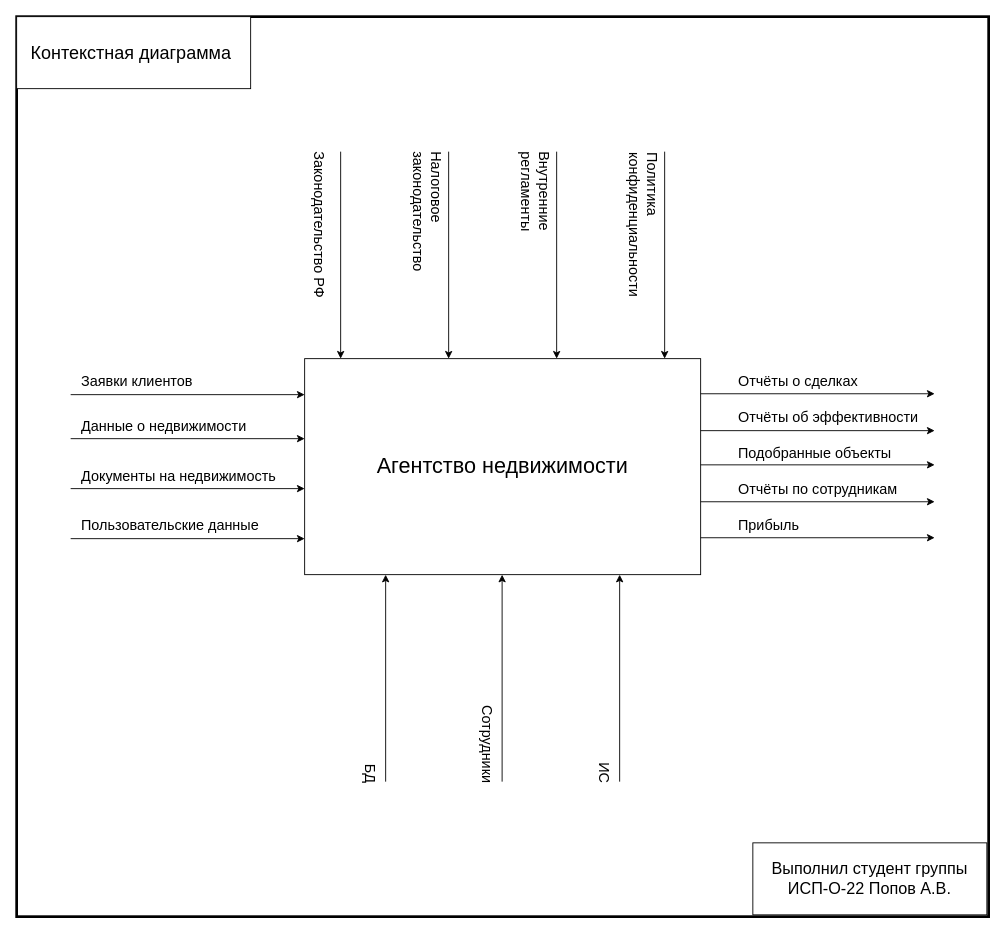
Above: page "контекстная диаграмма" (3 of 6) of media/Диаграммы - Попов А.В..drawio in ColdenI/Diploma-IS-food-production (draw.io), before the change. Source tidied: cells renumbered, new cells numbered last; positions are measured from the earlier drawing's top-left corner, leaving out a move shared by most shapes. Both pictures are drawn from the tidied source at 90%, with x=0, y=0 at pixel (16, 16).
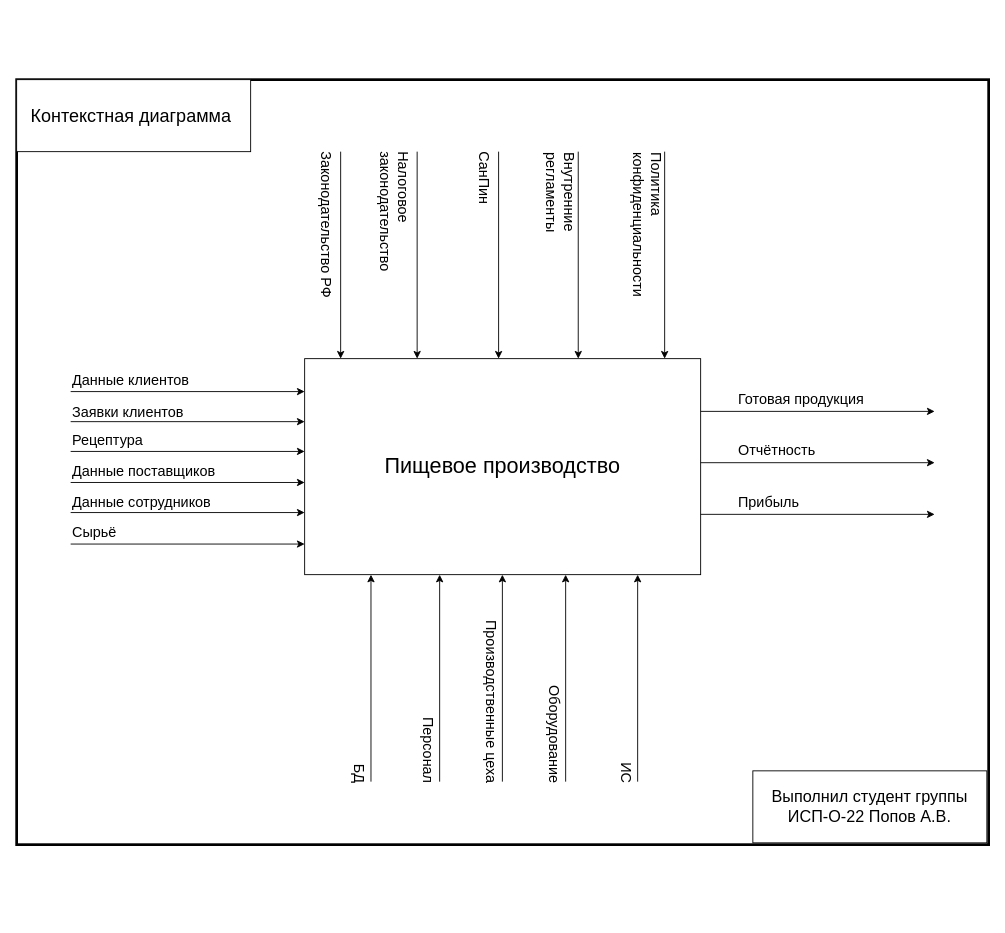
After the change.

The edit, as a diff of the source:
```diff
@@
     <mxCell id="2" style="rounded=0;whiteSpace=wrap;html=1;labelBackgroundColor=none;strokeWidth=3;fillColor=none;" parent="1" vertex="1">
-      <mxGeometry width="1080" height="1000" as="geometry" />
+      <mxGeometry y="70" width="1080" height="850" as="geometry" />
     </mxCell>
-    <mxCell id="3" value="&lt;div style=&quot;font-size: 24px;&quot;&gt;Агентство недвижимости&lt;/div&gt;" style="rounded=0;whiteSpace=wrap;html=1;fontSize=24;" parent="1" vertex="1">
+    <mxCell id="3" value="&lt;div style=&quot;font-size: 24px;&quot;&gt;Пищевое производство&lt;/div&gt;" style="rounded=0;whiteSpace=wrap;html=1;fontSize=24;" parent="1" vertex="1">
       <mxGeometry x="320" y="380" width="440" height="240" as="geometry" />
     </mxCell>
     <mxCell id="4" style="endArrow=classic;html=1;rounded=0;fontSize=16;" parent="1" edge="1">
       <mxGeometry relative="1" as="geometry">
-        <mxPoint x="60" y="420" as="sourcePoint" />
-        <mxPoint x="320" y="420" as="targetPoint" />
+        <mxPoint x="60" y="416.6" as="sourcePoint" />
+        <mxPoint x="320" y="416.6" as="targetPoint" />
       </mxGeometry>
     </mxCell>
     <mxCell id="5" value="Заявки клиентов" style="text;html=1;align=left;verticalAlign=middle;whiteSpace=wrap;rounded=0;fontSize=16;" parent="1" vertex="1">
-      <mxGeometry x="70" y="390" width="200" height="30" as="geometry" />
+      <mxGeometry x="60" y="424" width="200" height="30" as="geometry" />
     </mxCell>
-    <mxCell id="6" value="Данные о недвижимости" style="text;html=1;align=left;verticalAlign=middle;whiteSpace=wrap;rounded=0;fontSize=16;" parent="1" vertex="1">
-      <mxGeometry x="70" y="440" width="200" height="30" as="geometry" />
+    <mxCell id="6" value="Рецептура" style="text;html=1;align=left;verticalAlign=middle;whiteSpace=wrap;rounded=0;fontSize=16;" parent="1" vertex="1">
+      <mxGeometry x="60" y="456" width="200" height="30" as="geometry" />
     </mxCell>
-    <mxCell id="7" value="Документы на недвижимость" style="text;html=1;align=left;verticalAlign=middle;whiteSpace=wrap;rounded=0;fontSize=16;" parent="1" vertex="1">
-      <mxGeometry x="70" y="496" width="240" height="30" as="geometry" />
+    <mxCell id="7" value="Данные поставщиков" style="text;html=1;align=left;verticalAlign=middle;whiteSpace=wrap;rounded=0;fontSize=16;" parent="1" vertex="1">
+      <mxGeometry x="60" y="490" width="240" height="30" as="geometry" />
     </mxCell>
-    <mxCell id="8" value="Пользовательские данные" style="text;html=1;align=left;verticalAlign=middle;whiteSpace=wrap;rounded=0;fontSize=16;" parent="1" vertex="1">
-      <mxGeometry x="70" y="550" width="200" height="30" as="geometry" />
+    <mxCell id="8" value="Данные сотрудников" style="text;html=1;align=left;verticalAlign=middle;whiteSpace=wrap;rounded=0;fontSize=16;" parent="1" vertex="1">
+      <mxGeometry x="60" y="524" width="200" height="30" as="geometry" />
     </mxCell>
     <mxCell id="9" value="Прибыль" style="text;html=1;align=left;verticalAlign=middle;whiteSpace=wrap;rounded=0;fontSize=16;" parent="1" vertex="1">
-      <mxGeometry x="800" y="550" width="200" height="30" as="geometry" />
+      <mxGeometry x="800" y="524" width="200" height="30" as="geometry" />
     </mxCell>
-    <mxCell id="10" value="Подобранные объекты" style="text;html=1;align=left;verticalAlign=middle;whiteSpace=wrap;rounded=0;fontSize=16;" parent="1" vertex="1">
-      <mxGeometry x="800" y="470" width="200" height="30" as="geometry" />
-    </mxCell>
-    <mxCell id="11" value="Отчёты по сотрудникам" style="text;html=1;align=left;verticalAlign=middle;whiteSpace=wrap;rounded=0;fontSize=16;" parent="1" vertex="1">
-      <mxGeometry x="800" y="510" width="200" height="30" as="geometry" />
-    </mxCell>
     <mxCell id="12" value="ИС" style="text;html=1;align=right;verticalAlign=middle;whiteSpace=wrap;rounded=0;direction=east;rotation=90;fontSize=16;" parent="1" vertex="1">
-      <mxGeometry x="554" y="739" width="200" height="30" as="geometry" />
+      <mxGeometry x="578" y="739" width="200" height="30" as="geometry" />
     </mxCell>
     <mxCell id="13" value="БД" style="text;html=1;align=right;verticalAlign=middle;whiteSpace=wrap;rounded=0;direction=east;rotation=90;fontSize=16;" parent="1" vertex="1">
-      <mxGeometry x="294" y="739" width="200" height="30" as="geometry" />
+      <mxGeometry x="281" y="739" width="200" height="30" as="geometry" />
     </mxCell>
-    <mxCell id="14" value="Сотрудники" style="text;html=1;align=right;verticalAlign=middle;whiteSpace=wrap;rounded=0;direction=east;rotation=90;fontSize=16;" parent="1" vertex="1">
-      <mxGeometry x="424" y="739" width="200" height="30" as="geometry" />
+    <mxCell id="14" value="Персонал" style="text;html=1;align=right;verticalAlign=middle;whiteSpace=wrap;rounded=0;direction=east;rotation=90;fontSize=16;" parent="1" vertex="1">
+      <mxGeometry x="358" y="739" width="200" height="30" as="geometry" />
     </mxCell>
@@
     <mxCell id="16" value="&lt;font style=&quot;font-size: 16px;&quot;&gt;Законодательство&amp;nbsp;&lt;/font&gt;&lt;span style=&quot;background-color: initial;&quot;&gt;РФ&lt;/span&gt;" style="text;html=1;align=left;verticalAlign=middle;whiteSpace=wrap;rounded=0;rotation=90;fontSize=16;" parent="1" vertex="1">
-      <mxGeometry x="230" y="240" width="215" height="30" as="geometry" />
+      <mxGeometry x="238" y="240" width="215" height="30" as="geometry" />
     </mxCell>
     <mxCell id="17" value="Политика&amp;nbsp;&lt;div style=&quot;font-size: 16px;&quot;&gt;конфиденциальности&lt;/div&gt;" style="text;html=1;align=left;verticalAlign=middle;whiteSpace=wrap;rounded=0;rotation=90;fontSize=16;" parent="1" vertex="1">
-      <mxGeometry x="597" y="234" width="200" height="30" as="geometry" />
+      <mxGeometry x="601" y="234" width="200" height="30" as="geometry" />
     </mxCell>
     <mxCell id="18" value="Внутренние&amp;nbsp;&lt;div style=&quot;font-size: 16px;&quot;&gt;регламенты&lt;/div&gt;" style="text;html=1;align=left;verticalAlign=middle;whiteSpace=wrap;rounded=0;rotation=90;fontSize=16;" parent="1" vertex="1">
-      <mxGeometry x="477" y="233" width="200" height="30" as="geometry" />
+      <mxGeometry x="505" y="234" width="200" height="30" as="geometry" />
     </mxCell>
     <mxCell id="19" value="Налоговое&amp;nbsp;&lt;div style=&quot;font-size: 16px;&quot;&gt;законодательство&lt;/div&gt;" style="text;html=1;align=left;verticalAlign=middle;whiteSpace=wrap;rounded=0;rotation=90;fontSize=16;" parent="1" vertex="1">
-      <mxGeometry x="357" y="233" width="200" height="30" as="geometry" />
+      <mxGeometry x="320" y="233" width="200" height="30" as="geometry" />
     </mxCell>
     <mxCell id="20" style="endArrow=classic;html=1;rounded=0;fontSize=16;" parent="1" edge="1">
       <mxGeometry relative="1" as="geometry">
-        <mxPoint x="60" y="468.9" as="sourcePoint" />
-        <mxPoint x="320" y="468.9" as="targetPoint" />
+        <mxPoint x="60" y="450" as="sourcePoint" />
+        <mxPoint x="320" y="450" as="targetPoint" />
       </mxGeometry>
     </mxCell>
     <mxCell id="21" style="endArrow=classic;html=1;rounded=0;fontSize=16;" parent="1" edge="1">
       <mxGeometry relative="1" as="geometry">
-        <mxPoint x="60" y="524.4" as="sourcePoint" />
-        <mxPoint x="320" y="524.4" as="targetPoint" />
+        <mxPoint x="60" y="551" as="sourcePoint" />
+        <mxPoint x="320" y="551" as="targetPoint" />
       </mxGeometry>
     </mxCell>
     <mxCell id="22" style="endArrow=classic;html=1;rounded=0;fontSize=16;" parent="1" edge="1">
       <mxGeometry relative="1" as="geometry">
-        <mxPoint x="60" y="580" as="sourcePoint" />
-        <mxPoint x="320" y="580" as="targetPoint" />
+        <mxPoint x="60" y="586" as="sourcePoint" />
+        <mxPoint x="320" y="586" as="targetPoint" />
       </mxGeometry>
     </mxCell>
     <mxCell id="23" style="endArrow=classic;html=1;rounded=0;fontSize=16;" parent="1" edge="1">
       <mxGeometry relative="1" as="geometry">
-        <mxPoint x="760" y="419" as="sourcePoint" />
-        <mxPoint x="1020" y="419" as="targetPoint" />
+        <mxPoint x="760" y="438.6" as="sourcePoint" />
+        <mxPoint x="1020" y="438.6" as="targetPoint" />
       </mxGeometry>
     </mxCell>
-    <mxCell id="24" style="endArrow=classic;html=1;rounded=0;fontSize=16;" parent="1" edge="1">
-      <mxGeometry relative="1" as="geometry">
-        <mxPoint x="760" y="498" as="sourcePoint" />
-        <mxPoint x="1020" y="498" as="targetPoint" />
-      </mxGeometry>
-    </mxCell>
-    <mxCell id="25" style="endArrow=classic;html=1;rounded=0;fontSize=16;" parent="1" edge="1">
-      <mxGeometry relative="1" as="geometry">
-        <mxPoint x="760" y="539" as="sourcePoint" />
-        <mxPoint x="1020" y="539" as="targetPoint" />
-      </mxGeometry>
-    </mxCell>
     <mxCell id="26" style="endArrow=classic;html=1;rounded=0;fontSize=16;" parent="1" edge="1">
       <mxGeometry relative="1" as="geometry">
-        <mxPoint x="760" y="579" as="sourcePoint" />
-        <mxPoint x="1020" y="579" as="targetPoint" />
+        <mxPoint x="760" y="553" as="sourcePoint" />
+        <mxPoint x="1020" y="553" as="targetPoint" />
       </mxGeometry>
     </mxCell>
     <mxCell id="27" style="endArrow=classic;html=1;rounded=0;fontSize=16;" parent="1" edge="1">
       <mxGeometry relative="1" as="geometry">
-        <mxPoint x="539.4" y="850" as="sourcePoint" />
-        <mxPoint x="539.4" y="620" as="targetPoint" />
+        <mxPoint x="470" y="850" as="sourcePoint" />
+        <mxPoint x="470" y="620" as="targetPoint" />
       </mxGeometry>
     </mxCell>
     <mxCell id="28" style="endArrow=classic;html=1;rounded=0;fontSize=16;" parent="1" edge="1">
       <mxGeometry relative="1" as="geometry">
-        <mxPoint x="410" y="850" as="sourcePoint" />
-        <mxPoint x="410" y="620" as="targetPoint" />
+        <mxPoint x="393.7" y="850" as="sourcePoint" />
+        <mxPoint x="393.7" y="620" as="targetPoint" />
       </mxGeometry>
     </mxCell>
     <mxCell id="29" style="endArrow=classic;html=1;rounded=0;fontSize=16;" parent="1" edge="1">
       <mxGeometry relative="1" as="geometry">
-        <mxPoint x="670" y="850" as="sourcePoint" />
-        <mxPoint x="670" y="620" as="targetPoint" />
+        <mxPoint x="690" y="850" as="sourcePoint" />
+        <mxPoint x="690" y="620" as="targetPoint" />
       </mxGeometry>
     </mxCell>
@@
     <mxCell id="31" style="endArrow=none;html=1;rounded=0;verticalAlign=middle;horizontal=1;endFill=0;startArrow=classic;startFill=1;fontSize=16;" parent="1" edge="1">
       <mxGeometry relative="1" as="geometry">
-        <mxPoint x="480" y="380" as="sourcePoint" />
-        <mxPoint x="480" y="150" as="targetPoint" />
+        <mxPoint x="445" y="380" as="sourcePoint" />
+        <mxPoint x="445" y="150" as="targetPoint" />
       </mxGeometry>
     </mxCell>
     <mxCell id="32" style="endArrow=none;html=1;rounded=0;verticalAlign=middle;horizontal=1;endFill=0;startArrow=classic;startFill=1;fontSize=16;" parent="1" edge="1">
       <mxGeometry relative="1" as="geometry">
-        <mxPoint x="600" y="380" as="sourcePoint" />
-        <mxPoint x="600" y="150" as="targetPoint" />
+        <mxPoint x="624" y="380" as="sourcePoint" />
+        <mxPoint x="624" y="150" as="targetPoint" />
       </mxGeometry>
     </mxCell>
     <mxCell id="33" value="&lt;span style=&quot;font-family: &amp;quot;YS Text&amp;quot;, &amp;quot;Helvetica Neue&amp;quot;, Helvetica, Arial, sans-serif; font-size: 20px; text-align: left;&quot;&gt;Контекстная диаграмма&amp;nbsp;&lt;/span&gt;" style="rounded=0;whiteSpace=wrap;html=1;fontColor=default;labelBackgroundColor=none;fontSize=20;" parent="1" vertex="1">
-      <mxGeometry width="260" height="80" as="geometry" />
+      <mxGeometry y="70" width="260" height="80" as="geometry" />
     </mxCell>
-    <mxCell id="34" value="&lt;font style=&quot;font-size: 16px;&quot;&gt;Отчёты о сделках&lt;/font&gt;" style="text;html=1;align=left;verticalAlign=middle;whiteSpace=wrap;rounded=0;fontSize=16;" parent="1" vertex="1">
-      <mxGeometry x="800" y="390" width="200" height="30" as="geometry" />
+    <mxCell id="34" value="&lt;font style=&quot;font-size: 16px;&quot;&gt;Готовая продукция&lt;/font&gt;" style="text;html=1;align=left;verticalAlign=middle;whiteSpace=wrap;rounded=0;fontSize=16;" parent="1" vertex="1">
+      <mxGeometry x="800" y="410" width="200" height="30" as="geometry" />
     </mxCell>
     <mxCell id="35" style="endArrow=classic;html=1;rounded=0;fontSize=16;" parent="1" edge="1">
       <mxGeometry relative="1" as="geometry">
-        <mxPoint x="760" y="460" as="sourcePoint" />
-        <mxPoint x="1020" y="460" as="targetPoint" />
+        <mxPoint x="760" y="495.6" as="sourcePoint" />
+        <mxPoint x="1020" y="495.6" as="targetPoint" />
       </mxGeometry>
     </mxCell>
-    <mxCell id="36" value="&lt;font style=&quot;font-size: 16px;&quot;&gt;Отчёты об эффективности&lt;/font&gt;" style="text;html=1;align=left;verticalAlign=middle;whiteSpace=wrap;rounded=0;fontSize=16;" parent="1" vertex="1">
-      <mxGeometry x="800" y="430" width="230" height="30" as="geometry" />
+    <mxCell id="36" value="&lt;font style=&quot;font-size: 16px;&quot;&gt;Отчётность&lt;/font&gt;" style="text;html=1;align=left;verticalAlign=middle;whiteSpace=wrap;rounded=0;fontSize=16;" parent="1" vertex="1">
+      <mxGeometry x="800" y="467" width="230" height="30" as="geometry" />
     </mxCell>
     <mxCell id="37" value="Выполнил студент группы ИСП-О-22 Попов А.В." style="rounded=0;whiteSpace=wrap;html=1;fontSize=18;" parent="1" vertex="1">
-      <mxGeometry x="818" y="918" width="260" height="80" as="geometry" />
+      <mxGeometry x="818" y="838" width="260" height="80" as="geometry" />
     </mxCell>
+    <mxCell id="38" value="Сырьё" style="text;html=1;align=left;verticalAlign=middle;whiteSpace=wrap;rounded=0;fontSize=16;" parent="1" vertex="1">
+      <mxGeometry x="60" y="558" width="200" height="30" as="geometry" />
+    </mxCell>
+    <mxCell id="39" value="СанПин" style="text;html=1;align=left;verticalAlign=middle;whiteSpace=wrap;rounded=0;rotation=90;fontSize=16;" parent="1" vertex="1">
+      <mxGeometry x="420" y="233" width="200" height="30" as="geometry" />
+    </mxCell>
+    <mxCell id="40" style="endArrow=none;html=1;rounded=0;verticalAlign=middle;horizontal=1;endFill=0;startArrow=classic;startFill=1;fontSize=16;" parent="1" edge="1">
+      <mxGeometry relative="1" as="geometry">
+        <mxPoint x="535.5" y="380" as="sourcePoint" />
+        <mxPoint x="535.5" y="150" as="targetPoint" />
+      </mxGeometry>
+    </mxCell>
+    <mxCell id="41" style="endArrow=classic;html=1;rounded=0;fontSize=16;" parent="1" edge="1">
+      <mxGeometry relative="1" as="geometry">
+        <mxPoint x="60" y="483.1" as="sourcePoint" />
+        <mxPoint x="320" y="483.1" as="targetPoint" />
+      </mxGeometry>
+    </mxCell>
+    <mxCell id="42" style="endArrow=classic;html=1;rounded=0;fontSize=16;" parent="1" edge="1">
+      <mxGeometry relative="1" as="geometry">
+        <mxPoint x="539.7" y="850" as="sourcePoint" />
+        <mxPoint x="539.7" y="620" as="targetPoint" />
+      </mxGeometry>
+    </mxCell>
+    <mxCell id="43" value="Производственные цеха" style="text;html=1;align=right;verticalAlign=middle;whiteSpace=wrap;rounded=0;direction=east;rotation=90;fontSize=16;" parent="1" vertex="1">
+      <mxGeometry x="428" y="739" width="200" height="30" as="geometry" />
+    </mxCell>
+    <mxCell id="44" value="Оборудование" style="text;html=1;align=right;verticalAlign=middle;whiteSpace=wrap;rounded=0;direction=east;rotation=90;fontSize=16;" parent="1" vertex="1">
+      <mxGeometry x="498" y="739" width="200" height="30" as="geometry" />
+    </mxCell>
+    <mxCell id="45" style="endArrow=classic;html=1;rounded=0;fontSize=16;" parent="1" edge="1">
+      <mxGeometry relative="1" as="geometry">
+        <mxPoint x="610" y="850" as="sourcePoint" />
+        <mxPoint x="610" y="620" as="targetPoint" />
+      </mxGeometry>
+    </mxCell>
+    <mxCell id="46" value="Данные клиентов" style="text;html=1;align=left;verticalAlign=middle;whiteSpace=wrap;rounded=0;fontSize=16;" parent="1" vertex="1">
+      <mxGeometry x="60" y="389" width="200" height="30" as="geometry" />
+    </mxCell>
+    <mxCell id="47" style="endArrow=classic;html=1;rounded=0;fontSize=16;" parent="1" edge="1">
+      <mxGeometry relative="1" as="geometry">
+        <mxPoint x="60" y="517.6" as="sourcePoint" />
+        <mxPoint x="320" y="517.6" as="targetPoint" />
+      </mxGeometry>
+    </mxCell>
```
